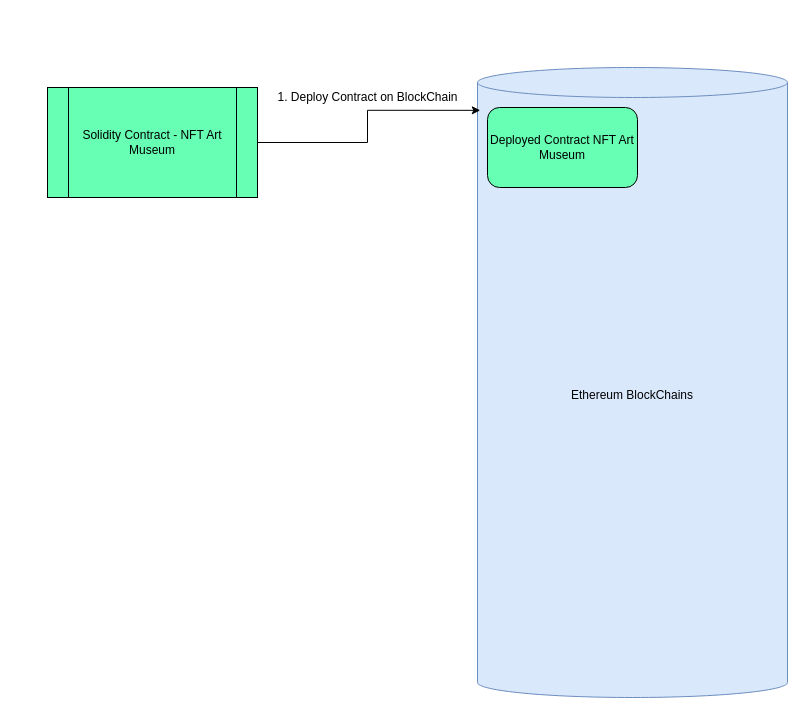
rchak007/NFTArtMuseum keeps this draw.io diagram as NFT Art Museum.drawio. Above is the earlier version. Source tidied: cells renumbered, new cells numbered last; positions are measured from the earlier drawing's top-left corner, leaving out a move shared by most shapes. Both pictures are drawn from the tidied source at 100%, with x=0, y=0 at pixel (47, 67).
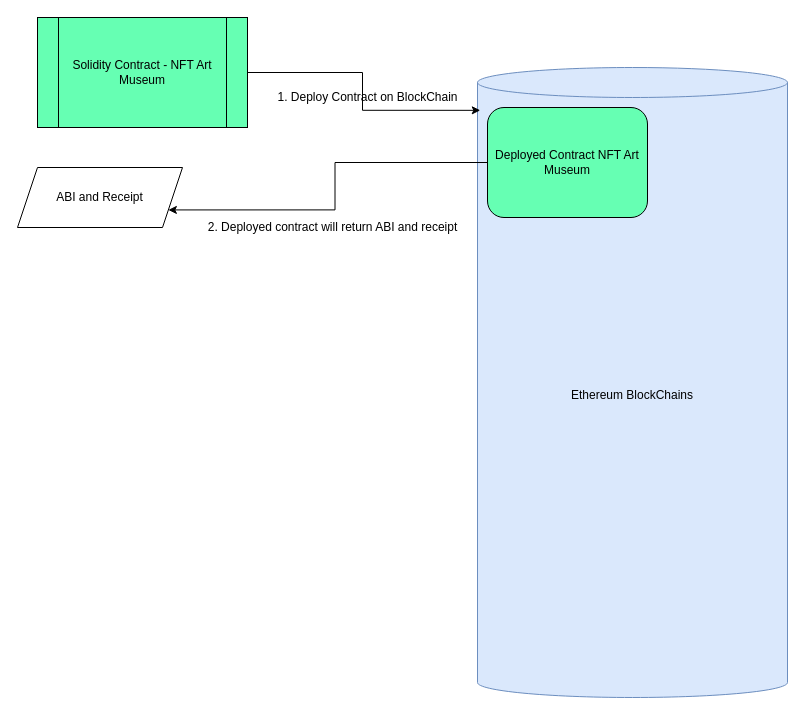
After the change.

Diff of the diagram source:
```diff
@@
 <mxGraphModel>
   <root>
     <mxCell id="0" />
     <mxCell id="1" parent="0" />
     <mxCell id="2" value="Ethereum BlockChains" style="shape=cylinder3;whiteSpace=wrap;html=1;boundedLbl=1;backgroundOutline=1;size=15;fillColor=#dae8fc;strokeColor=#6c8ebf;" parent="1" vertex="1">
       <mxGeometry x="430" width="310" height="630" as="geometry" />
     </mxCell>
+    <mxCell id="7" style="edgeStyle=orthogonalEdgeStyle;rounded=0;jettySize=auto;html=1;entryX=1;entryY=0.75;entryDx=0;entryDy=0;" parent="1" edge="1" source="3" target="8">
+      <mxGeometry relative="1" as="geometry" />
+    </mxCell>
     <mxCell id="3" value="Deployed Contract NFT Art Museum" style="rounded=1;whiteSpace=wrap;html=1;fillColor=#66FFB3;" parent="1" vertex="1">
-      <mxGeometry x="440" y="40" width="150" height="80" as="geometry" />
+      <mxGeometry x="440" y="40" width="160" height="110" as="geometry" />
     </mxCell>
     <mxCell id="4" style="edgeStyle=orthogonalEdgeStyle;rounded=0;jettySize=auto;html=1;entryX=0.009;entryY=0.068;entryDx=0;entryDy=0;entryPerimeter=0;" parent="1" edge="1" source="5" target="2">
       <mxGeometry relative="1" as="geometry" />
     </mxCell>
     <mxCell id="5" value="Solidity Contract - NFT Art Museum" style="shape=process;whiteSpace=wrap;html=1;backgroundOutline=1;fillColor=#66FFB3;" parent="1" vertex="1">
-      <mxGeometry y="20" width="210" height="110" as="geometry" />
+      <mxGeometry x="-10" y="-50" width="210" height="110" as="geometry" />
     </mxCell>
     <mxCell id="6" value="1. Deploy Contract on BlockChain" style="text;html=1;align=center;verticalAlign=middle;strokeColor=none;fillColor=none;" parent="1" vertex="1">
       <mxGeometry x="220" y="20" width="200" height="20" as="geometry" />
     </mxCell>
+    <mxCell id="8" value="ABI and Receipt" style="shape=parallelogram;perimeter=parallelogramPerimeter;whiteSpace=wrap;html=1;fixedSize=1;" parent="1" vertex="1">
+      <mxGeometry x="-30" y="100" width="165" height="60" as="geometry" />
+    </mxCell>
+    <mxCell id="9" value="2. Deployed contract will return ABI and receipt" style="text;html=1;align=center;verticalAlign=middle;strokeColor=none;fillColor=none;" parent="1" vertex="1">
+      <mxGeometry x="150" y="150" width="270" height="20" as="geometry" />
+    </mxCell>
   </root>
 </mxGraphModel>
```
